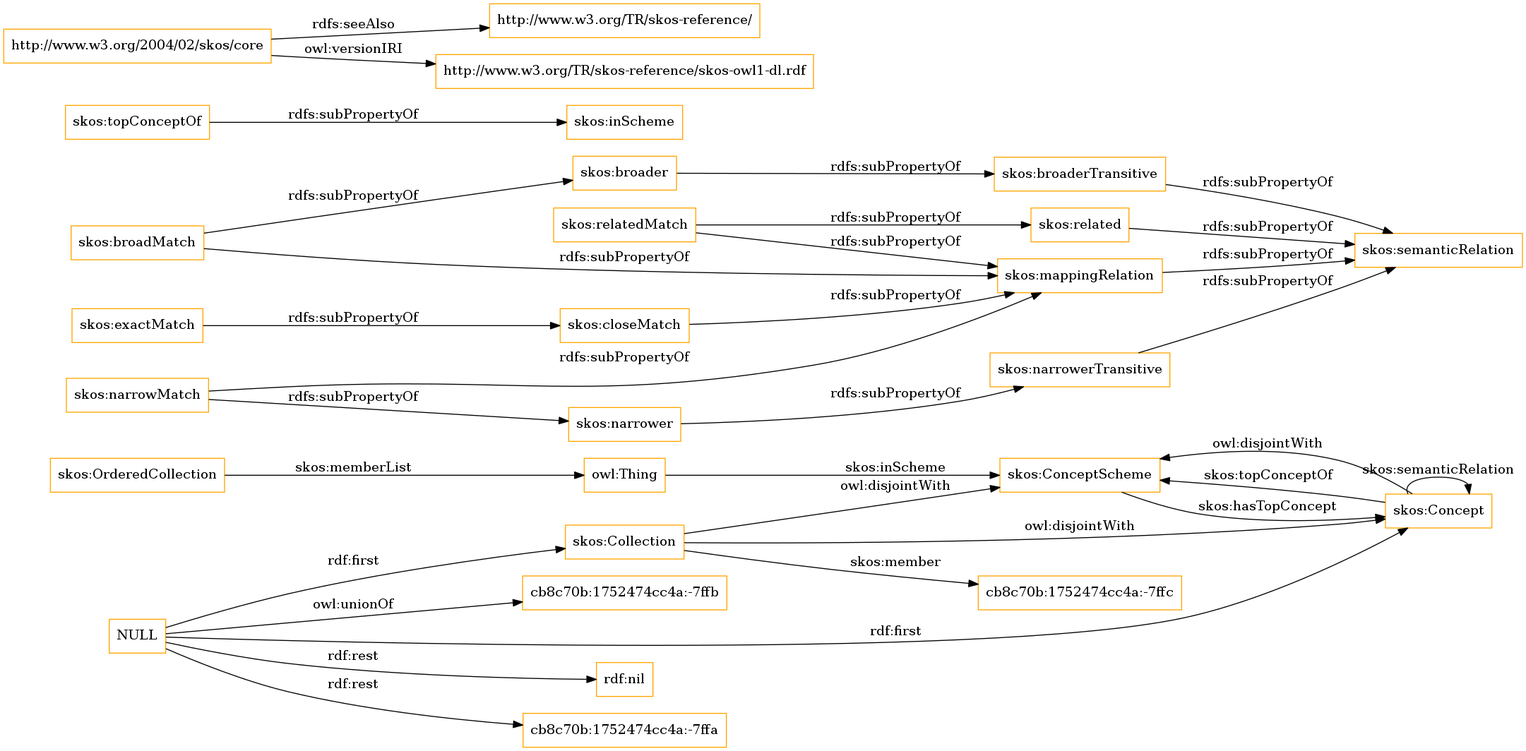
Earlier version of the Graphviz export OnToology/imports/skos.owl/diagrams/ar2dtool-class/skos.owl.png (OnToologyUser/core-ontology-1). Its source is kept beside it as OnToology/imports/skos.owl/diagrams/ar2dtool-class/skos.owl.png.dot.
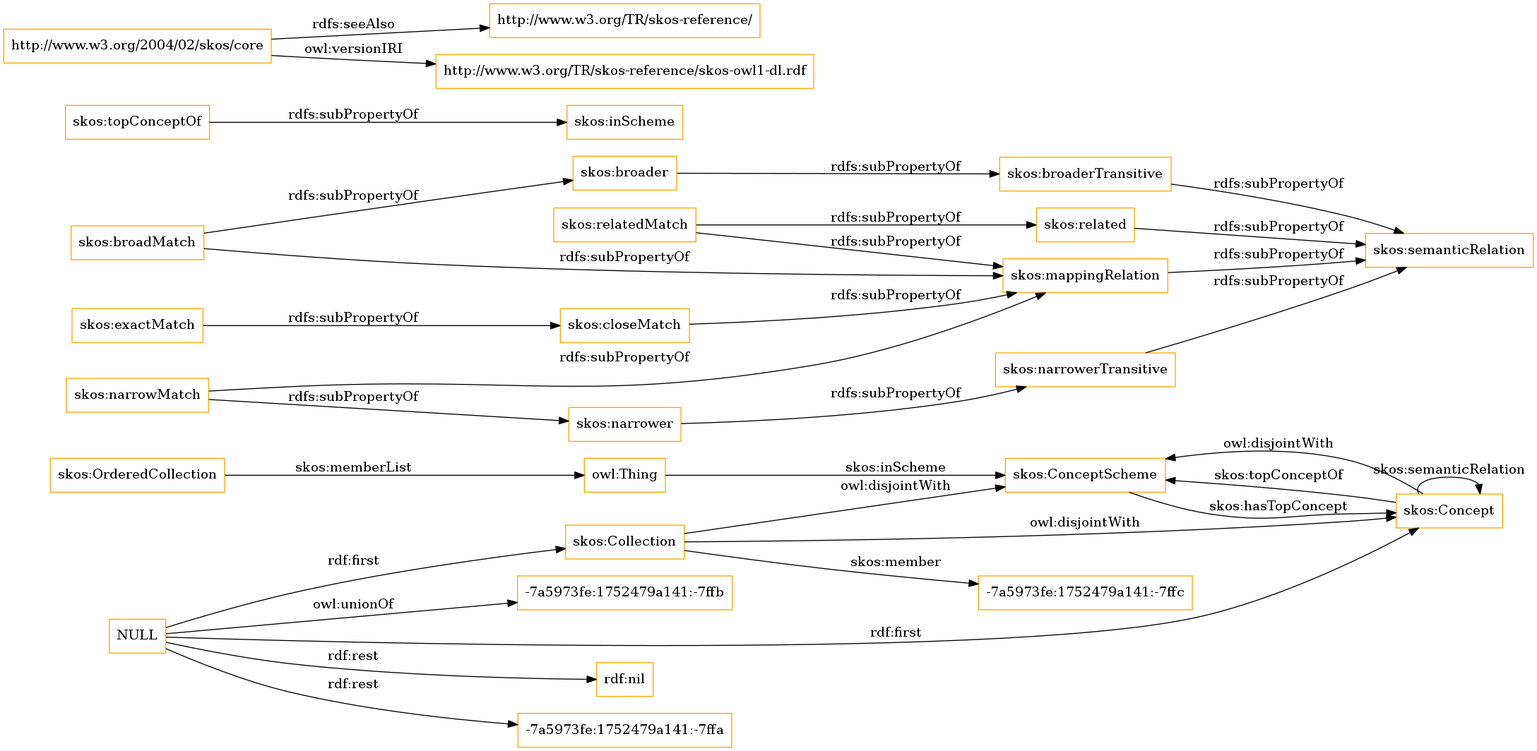
Later version of the same file.

The edit, as a diff of the source:
```diff
@@ -1,13 +1,13 @@
 digraph ar2dtool_diagram {
 rankdir=LR;
 size="1501"
-node [shape = rectangle, color="orange"]; "skos:OrderedCollection" "skos:ConceptScheme" "skos:Concept" "skos:Collection" "cb8c70b:1752474cc4a:-7ffc" ; /*classes style*/
+node [shape = rectangle, color="orange"]; "skos:OrderedCollection" "skos:ConceptScheme" "skos:Concept" "skos:Collection" "-7a5973fe:1752479a141:-7ffc" ; /*classes style*/
 	"skos:narrowerTransitive" -> "skos:semanticRelation" [ label = "rdfs:subPropertyOf" ];
 	"NULL" -> "rdf:nil" [ label = "rdf:rest" ];
 	"NULL" -> "skos:Concept" [ label = "rdf:first" ];
-	"NULL" -> "cb8c70b:1752474cc4a:-7ffa" [ label = "rdf:rest" ];
+	"NULL" -> "-7a5973fe:1752479a141:-7ffa" [ label = "rdf:rest" ];
 	"NULL" -> "skos:Collection" [ label = "rdf:first" ];
-	"NULL" -> "cb8c70b:1752474cc4a:-7ffb" [ label = "owl:unionOf" ];
+	"NULL" -> "-7a5973fe:1752479a141:-7ffb" [ label = "owl:unionOf" ];
 	"skos:closeMatch" -> "skos:mappingRelation" [ label = "rdfs:subPropertyOf" ];
 	"skos:Concept" -> "skos:ConceptScheme" [ label = "owl:disjointWith" ];
 	"skos:relatedMatch" -> "skos:related" [ label = "rdfs:subPropertyOf" ];
@@ -30,7 +30,7 @@
 	"skos:OrderedCollection" -> "owl:Thing" [ label = "skos:memberList" ];
 	"skos:Concept" -> "skos:ConceptScheme" [ label = "skos:topConceptOf" ];
 	"skos:Concept" -> "skos:Concept" [ label = "skos:semanticRelation" ];
-	"skos:Collection" -> "cb8c70b:1752474cc4a:-7ffc" [ label = "skos:member" ];
+	"skos:Collection" -> "-7a5973fe:1752479a141:-7ffc" [ label = "skos:member" ];
 	"skos:ConceptScheme" -> "skos:Concept" [ label = "skos:hasTopConcept" ];
 	"owl:Thing" -> "skos:ConceptScheme" [ label = "skos:inScheme" ];
 
```
